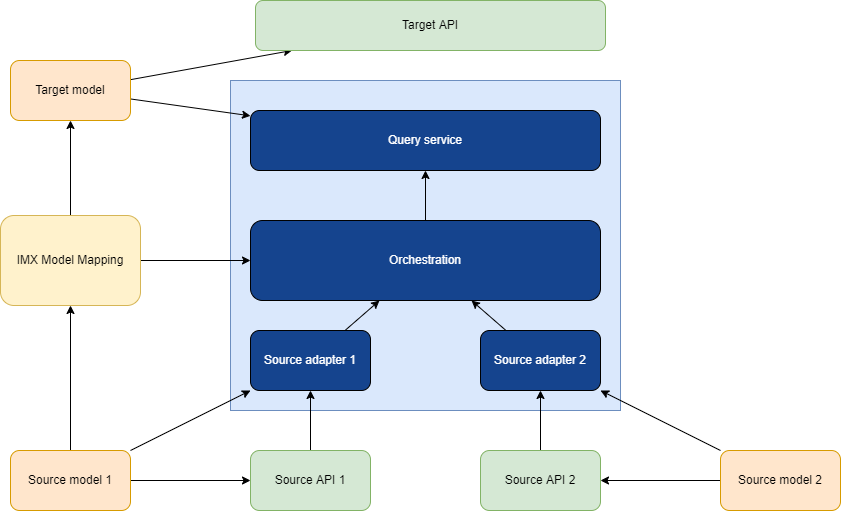
Above: media/orchestration.drawio.png in Geonovum/IMX-ModelMapping (draw.io), before the change. Source tidied: cells renumbered, new cells last; positions are measured from the earlier drawing's top-left corner, leaving out a move shared by most shapes. Source of this version:
```xml
<mxGraphModel>
  <root>
    <mxCell id="0" />
    <mxCell id="1" parent="0" />
    <mxCell id="2" style="rounded=0;whiteSpace=wrap;html=1;fillColor=#dae8fc;strokeColor=#6c8ebf;" parent="1" vertex="1">
      <mxGeometry x="230" y="80" width="390" height="330" as="geometry" />
    </mxCell>
    <mxCell id="3" style="edgeStyle=none;html=1;" parent="1" edge="1" source="5" target="8">
      <mxGeometry relative="1" as="geometry" />
    </mxCell>
    <mxCell id="4" style="edgeStyle=none;html=1;fontColor=#FFFFFF;" parent="1" edge="1" source="5" target="25">
      <mxGeometry relative="1" as="geometry" />
    </mxCell>
    <mxCell id="5" value="IMX Model Mapping" style="rounded=1;whiteSpace=wrap;html=1;fillColor=#fff2cc;strokeColor=#d6b656;" parent="1" vertex="1">
      <mxGeometry y="215" width="140" height="90" as="geometry" />
    </mxCell>
    <mxCell id="6" style="edgeStyle=none;html=1;fontColor=#FFFFFF;" parent="1" edge="1" source="8" target="26">
      <mxGeometry relative="1" as="geometry" />
    </mxCell>
    <mxCell id="7" style="edgeStyle=none;html=1;fontColor=#FFFFFF;" parent="1" edge="1" source="8" target="27">
      <mxGeometry relative="1" as="geometry" />
    </mxCell>
    <mxCell id="8" value="Target model" style="rounded=1;whiteSpace=wrap;html=1;fillColor=#ffe6cc;strokeColor=#d79b00;" parent="1" vertex="1">
      <mxGeometry x="10" y="60" width="120" height="60" as="geometry" />
    </mxCell>
    <mxCell id="9" style="edgeStyle=none;html=1;" parent="1" edge="1" source="12" target="5">
      <mxGeometry relative="1" as="geometry" />
    </mxCell>
    <mxCell id="10" style="edgeStyle=none;html=1;" parent="1" edge="1" source="12" target="14">
      <mxGeometry relative="1" as="geometry" />
    </mxCell>
    <mxCell id="11" style="edgeStyle=none;html=1;fontColor=#FFFFFF;" parent="1" edge="1" source="12" target="21">
      <mxGeometry relative="1" as="geometry" />
    </mxCell>
    <mxCell id="12" value="Source model 1" style="rounded=1;whiteSpace=wrap;html=1;fillColor=#ffe6cc;strokeColor=#d79b00;" parent="1" vertex="1">
      <mxGeometry x="10" y="450" width="120" height="60" as="geometry" />
    </mxCell>
    <mxCell id="13" style="edgeStyle=none;html=1;fontColor=#FFFFFF;" parent="1" edge="1" source="14" target="21">
      <mxGeometry relative="1" as="geometry" />
    </mxCell>
    <mxCell id="14" value="Source API 1" style="rounded=1;whiteSpace=wrap;html=1;fillColor=#d5e8d4;strokeColor=#82b366;" parent="1" vertex="1">
      <mxGeometry x="250" y="450" width="120" height="60" as="geometry" />
    </mxCell>
    <mxCell id="15" style="edgeStyle=none;html=1;fontColor=#FFFFFF;" parent="1" edge="1" source="16" target="23">
      <mxGeometry relative="1" as="geometry" />
    </mxCell>
    <mxCell id="16" value="Source API 2" style="rounded=1;whiteSpace=wrap;html=1;fillColor=#d5e8d4;strokeColor=#82b366;" parent="1" vertex="1">
      <mxGeometry x="480" y="450" width="120" height="60" as="geometry" />
    </mxCell>
    <mxCell id="17" style="edgeStyle=none;html=1;" parent="1" edge="1" source="19" target="16">
      <mxGeometry relative="1" as="geometry" />
    </mxCell>
    <mxCell id="18" style="edgeStyle=none;html=1;fontColor=#FFFFFF;" parent="1" edge="1" source="19" target="23">
      <mxGeometry relative="1" as="geometry" />
    </mxCell>
    <mxCell id="19" value="Source model 2" style="rounded=1;whiteSpace=wrap;html=1;fillColor=#ffe6cc;strokeColor=#d79b00;" parent="1" vertex="1">
      <mxGeometry x="720" y="450" width="120" height="60" as="geometry" />
    </mxCell>
    <mxCell id="20" style="edgeStyle=none;html=1;fontColor=#FFFFFF;" parent="1" edge="1" source="21" target="25">
      <mxGeometry relative="1" as="geometry" />
    </mxCell>
    <mxCell id="21" value="Source adapter 1" style="rounded=1;whiteSpace=wrap;html=1;fillColor=#15448E;fontColor=#FFFFFF;" parent="1" vertex="1">
      <mxGeometry x="250" y="330" width="120" height="60" as="geometry" />
    </mxCell>
    <mxCell id="22" style="edgeStyle=none;html=1;fontColor=#FFFFFF;" parent="1" edge="1" source="23" target="25">
      <mxGeometry relative="1" as="geometry" />
    </mxCell>
    <mxCell id="23" value="Source adapter 2" style="rounded=1;whiteSpace=wrap;html=1;fillColor=#15448E;fontColor=#FFFFFF;" parent="1" vertex="1">
      <mxGeometry x="480" y="330" width="120" height="60" as="geometry" />
    </mxCell>
    <mxCell id="24" style="edgeStyle=none;html=1;fontColor=#FFFFFF;" parent="1" edge="1" source="25" target="26">
      <mxGeometry relative="1" as="geometry" />
    </mxCell>
    <mxCell id="25" value="Orchestration" style="rounded=1;whiteSpace=wrap;html=1;fillColor=#15448E;fontColor=#FFFFFF;" parent="1" vertex="1">
      <mxGeometry x="250" y="220" width="350" height="80" as="geometry" />
    </mxCell>
    <mxCell id="26" value="Query service" style="rounded=1;whiteSpace=wrap;html=1;fillColor=#15448E;fontColor=#FFFFFF;" parent="1" vertex="1">
      <mxGeometry x="250" y="110" width="350" height="60" as="geometry" />
    </mxCell>
    <mxCell id="27" value="Target API" style="rounded=1;whiteSpace=wrap;html=1;fillColor=#d5e8d4;strokeColor=#82b366;" parent="1" vertex="1">
      <mxGeometry x="255" width="350" height="50" as="geometry" />
    </mxCell>
  </root>
</mxGraphModel>
```
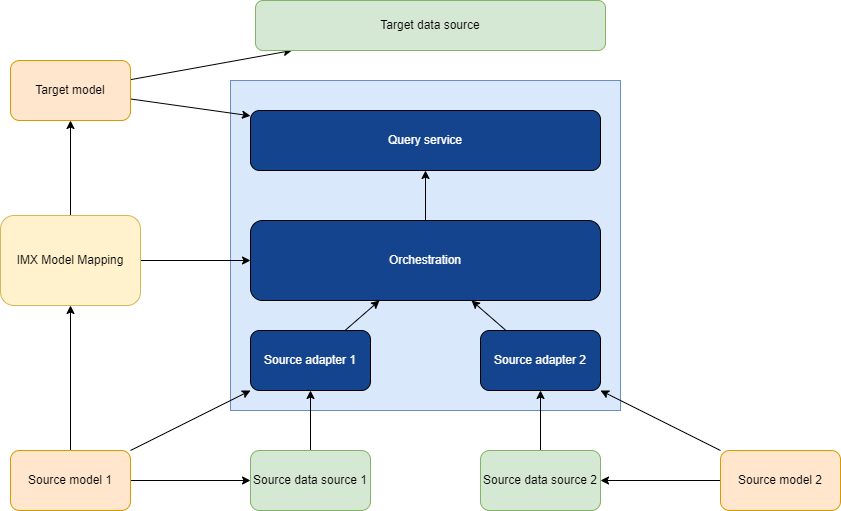
The same diagram one commit later.

The edit, as a diff of the source:
```diff
@@ -38,13 +38,13 @@
     <mxCell id="13" style="edgeStyle=none;html=1;fontColor=#FFFFFF;" parent="1" edge="1" source="14" target="21">
       <mxGeometry relative="1" as="geometry" />
     </mxCell>
-    <mxCell id="14" value="Source API 1" style="rounded=1;whiteSpace=wrap;html=1;fillColor=#d5e8d4;strokeColor=#82b366;" parent="1" vertex="1">
+    <mxCell id="14" value="Source data source 1" style="rounded=1;whiteSpace=wrap;html=1;fillColor=#d5e8d4;strokeColor=#82b366;" parent="1" vertex="1">
       <mxGeometry x="250" y="450" width="120" height="60" as="geometry" />
     </mxCell>
     <mxCell id="15" style="edgeStyle=none;html=1;fontColor=#FFFFFF;" parent="1" edge="1" source="16" target="23">
       <mxGeometry relative="1" as="geometry" />
     </mxCell>
-    <mxCell id="16" value="Source API 2" style="rounded=1;whiteSpace=wrap;html=1;fillColor=#d5e8d4;strokeColor=#82b366;" parent="1" vertex="1">
+    <mxCell id="16" value="Source data source 2" style="rounded=1;whiteSpace=wrap;html=1;fillColor=#d5e8d4;strokeColor=#82b366;" parent="1" vertex="1">
       <mxGeometry x="480" y="450" width="120" height="60" as="geometry" />
     </mxCell>
     <mxCell id="17" style="edgeStyle=none;html=1;" parent="1" edge="1" source="19" target="16">
@@ -77,7 +77,7 @@
     <mxCell id="26" value="Query service" style="rounded=1;whiteSpace=wrap;html=1;fillColor=#15448E;fontColor=#FFFFFF;" parent="1" vertex="1">
       <mxGeometry x="250" y="110" width="350" height="60" as="geometry" />
     </mxCell>
-    <mxCell id="27" value="Target API" style="rounded=1;whiteSpace=wrap;html=1;fillColor=#d5e8d4;strokeColor=#82b366;" parent="1" vertex="1">
+    <mxCell id="27" value="Target data source" style="rounded=1;whiteSpace=wrap;html=1;fillColor=#d5e8d4;strokeColor=#82b366;" parent="1" vertex="1">
       <mxGeometry x="255" width="350" height="50" as="geometry" />
     </mxCell>
   </root>
```
